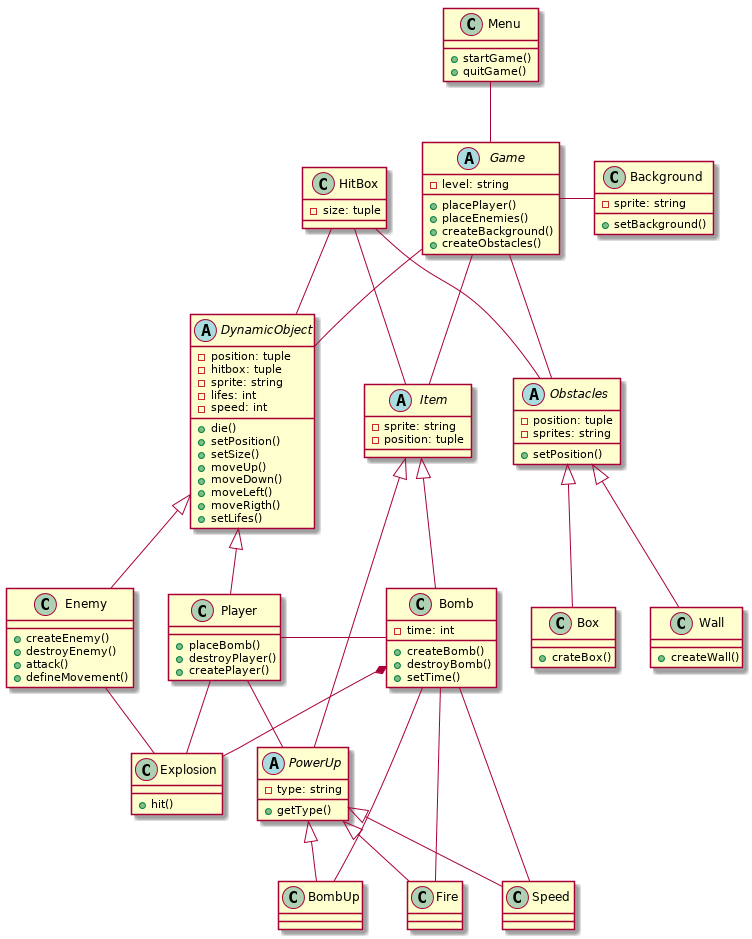
This is Bomberman UML/Diagrama de clases/Bomberman_UML_Clases.png from vtroitio/Bomberman, a PlantUML export, as it was before one commit. The source it was exported from:
```plantuml
@startuml
abstract class Item{
  -sprite: string
  -position: tuple
}

abstract class PowerUp{
  -type: string
  +getType()
}

abstract class Game{
  -level: string
  +placePlayer()
  +placeEnemies()
  +createBackground()
  +createObstacles()
}

abstract class DynamicObject{
  -position: tuple
  -hitbox: tuple
  -sprite: string
  -lifes: int
  -speed: int
  +die()
  +setPosition()
  +setSize()
  +moveUp()
  +moveDown()
  +moveLeft()
  +moveRigth()
  +setLifes()
}

abstract class Obstacles{
  -position: tuple
  -sprites: string
  +setPosition()
}

class Box{
  +crateBox()
}

class Wall{
  +createWall()
}

class HitBox{
  -size: tuple
}

class Menu{
  +startGame()
  +quitGame()
}

class Bomb{
  -time: int
  +createBomb()
  +destroyBomb()
  +setTime()
}

class Background{
  -sprite: string
  +setBackground()
}

class Enemy{
  +createEnemy()
  +destroyEnemy()
  +attack()
  +defineMovement()
}

class Player{
  +placeBomb()
  +destroyPlayer()
  +createPlayer()
}

class Fire{

}

class Speed{

}

class BombUp{

}

class Explosion{
  +hit()
}

Obstacles <|--  Wall
Obstacles <|-- Box
DynamicObject <|-- Enemy
DynamicObject <|-- Player
Player - Bomb
Player -- PowerUp
Player -- Explosion
PowerUp <|-- Speed
PowerUp <|-- Fire
PowerUp <|-- BombUp
Bomb *-- Explosion
Bomb -- Fire
Bomb -- Speed
Bomb -- BombUp
Item <|-- Bomb
Item <|-- PowerUp
Game -- Item
Game -- DynamicObject
Game --right Background
Obstacles --up Game
Menu -- Game
HitBox -- DynamicObject
HitBox -- Item
HitBox -- Obstacles
Enemy -- Explosion
@enduml
```
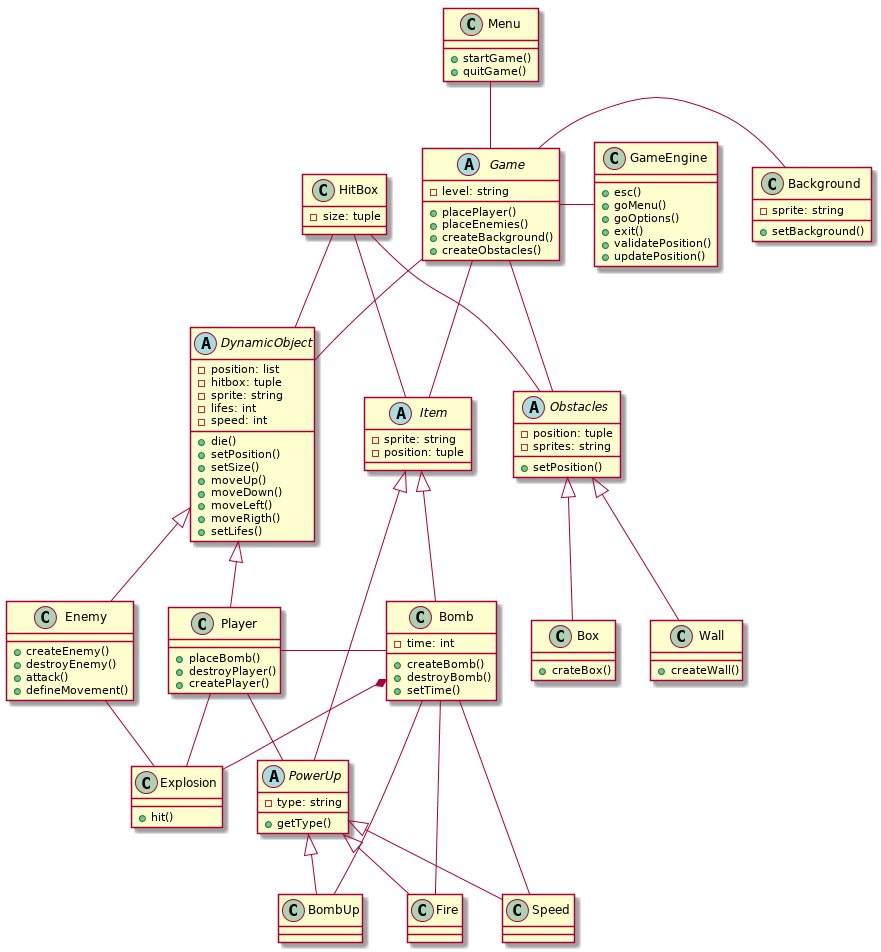
After the commit.

Change to the diagram source:
```diff
@@ -18,7 +18,7 @@
 }
 
 abstract class DynamicObject{
-  -position: tuple
+  -position: list
   -hitbox: tuple
   -sprite: string
   -lifes: int
@@ -97,6 +97,15 @@
   +hit()
 }
 
+class GameEngine{
+  +esc()
+  +goMenu()
+  +goOptions()
+  +exit()
+  +validatePosition()
+  +updatePosition()
+}
+
 Obstacles <|--  Wall
 Obstacles <|-- Box
 DynamicObject <|-- Enemy
@@ -122,4 +131,5 @@
 HitBox -- Item
 HitBox -- Obstacles
 Enemy -- Explosion
+Game --right GameEngine
 @enduml
```
